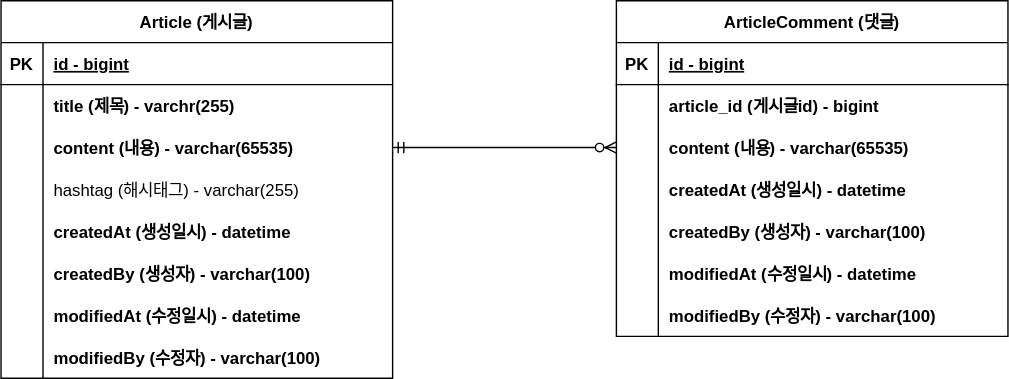
Earlier version of the draw.io export document/project-board.svg (hs1916/fastcampus-project-board). Source tidied: cells renumbered, new cells last; positions are measured from the earlier drawing's top-left corner, leaving out a move shared by most shapes.
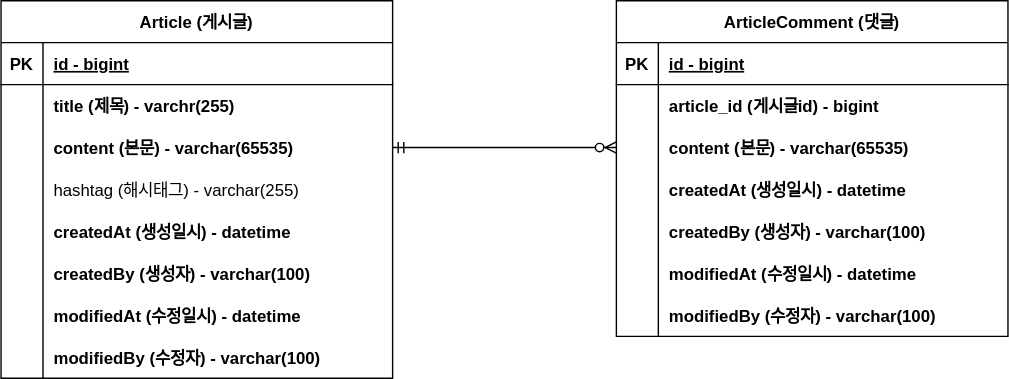
Above is the later version.

Commit message:
#8 - 내용 컬럼 커멘트 변경(-> 본문) project-board.svg 업데이트

The edit, as a diff of the source:
```diff
@@ -29,7 +29,7 @@
     <mxCell id="10" style="shape=partialRectangle;fillColor=none;top=0;left=0;bottom=0;right=0;overflow=hidden;" parent="9" vertex="1">
       <mxGeometry width="30" height="30" as="geometry" />
     </mxCell>
-    <mxCell id="11" value="content (내용) - varchar(65535)" style="shape=partialRectangle;fillColor=none;top=0;left=0;bottom=0;right=0;align=left;spacingLeft=6;overflow=hidden;fontStyle=1;" parent="9" vertex="1">
+    <mxCell id="11" value="content (본문) - varchar(65535)" style="shape=partialRectangle;fillColor=none;top=0;left=0;bottom=0;right=0;align=left;spacingLeft=6;overflow=hidden;fontStyle=1;" parent="9" vertex="1">
       <mxGeometry x="30" width="250" height="30" as="geometry" />
     </mxCell>
     <mxCell id="12" style="shape=tableRow;horizontal=0;startSize=0;swimlaneHead=0;swimlaneBody=0;fillColor=none;top=0;left=0;right=0;bottom=0;" parent="2" vertex="1">
@@ -104,7 +104,7 @@
     <mxCell id="35" style="shape=partialRectangle;fillColor=none;top=0;left=0;bottom=0;right=0;overflow=hidden;" parent="34" vertex="1">
       <mxGeometry width="30" height="30" as="geometry" />
     </mxCell>
-    <mxCell id="36" value="content (내용) - varchar(65535)" style="shape=partialRectangle;fillColor=none;top=0;left=0;bottom=0;right=0;align=left;spacingLeft=6;overflow=hidden;fontStyle=1;" parent="34" vertex="1">
+    <mxCell id="36" value="content (본문) - varchar(65535)" style="shape=partialRectangle;fillColor=none;top=0;left=0;bottom=0;right=0;align=left;spacingLeft=6;overflow=hidden;fontStyle=1;" parent="34" vertex="1">
       <mxGeometry x="30" width="250" height="30" as="geometry" />
     </mxCell>
     <mxCell id="37" style="shape=tableRow;horizontal=0;startSize=0;swimlaneHead=0;swimlaneBody=0;fillColor=none;top=0;left=0;right=0;bottom=0;" parent="27" vertex="1">
```
